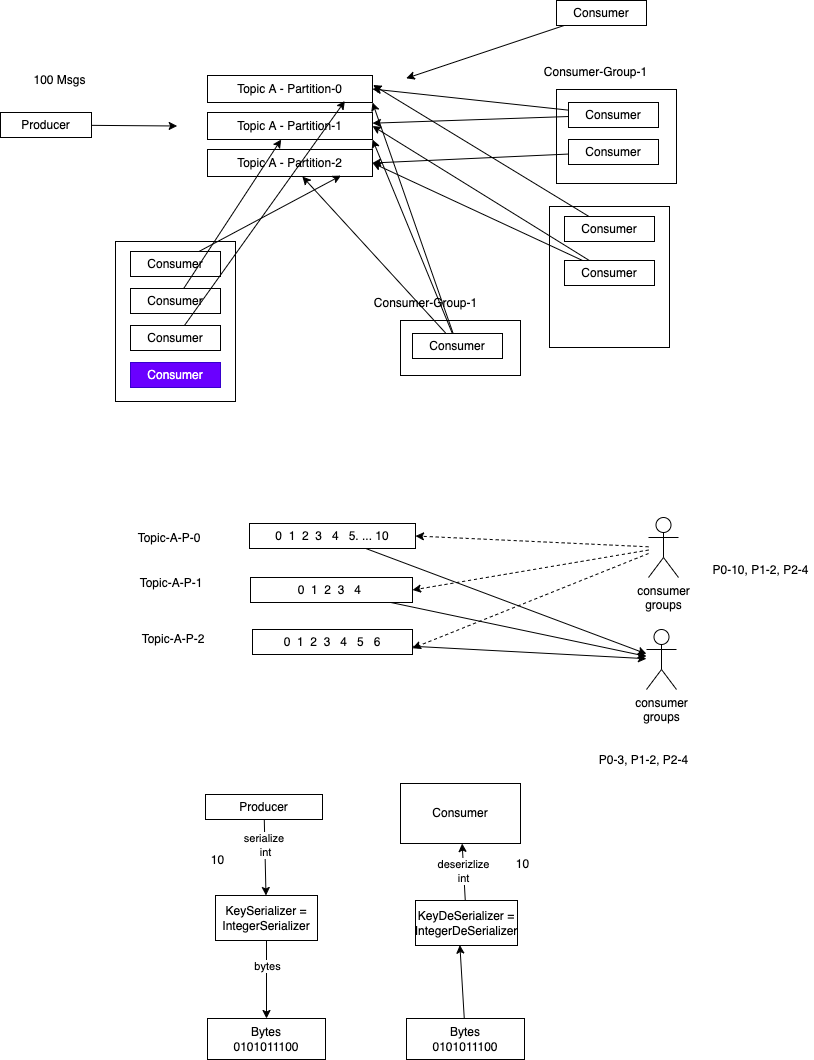
Earlier version of the draw.io export images/day2.drawio.png (adithnaveen/ibm-kafka-dec-2022). Source tidied: cells renumbered, new cells last; positions are measured from the earlier drawing's top-left corner, leaving out a move shared by most shapes.
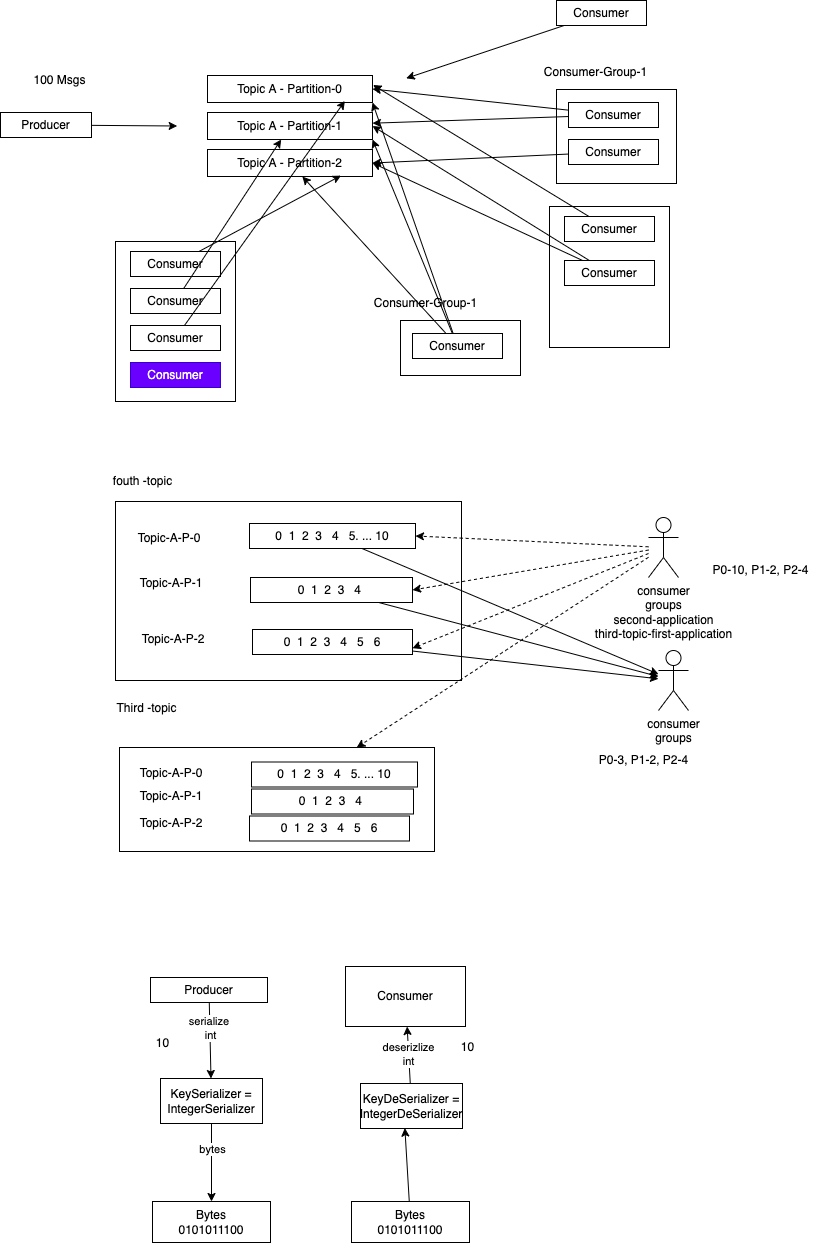
The same diagram one commit later.

The edit, as a diff of the source:
```diff
@@ -2,6 +2,9 @@
   <root>
     <mxCell id="0" />
     <mxCell id="1" parent="0" />
+    <mxCell id="67" style="rounded=0;whiteSpace=wrap;html=1;" parent="1" vertex="1">
+      <mxGeometry x="115" y="501" width="346" height="179" as="geometry" />
+    </mxCell>
     <mxCell id="2" value="Topic A - Partition-0" style="rounded=0;whiteSpace=wrap;html=1;" parent="1" vertex="1">
       <mxGeometry x="207" y="75" width="165" height="27" as="geometry" />
     </mxCell>
@@ -137,7 +140,10 @@
     <mxCell id="44" style="edgeStyle=none;html=1;entryX=1;entryY=0.75;entryDx=0;entryDy=0;endArrow=classic;endFill=1;strokeColor=default;elbow=vertical;dashed=1;" parent="1" edge="1" source="45" target="41">
       <mxGeometry relative="1" as="geometry" />
     </mxCell>
+    <mxCell id="68" style="edgeStyle=none;html=1;dashed=1;" parent="1" edge="1" source="45" target="71">
+      <mxGeometry relative="1" as="geometry" />
+    </mxCell>
-    <mxCell id="45" value="consumer&lt;br&gt;groups" style="shape=umlActor;verticalLabelPosition=bottom;verticalAlign=top;html=1;outlineConnect=0;" parent="1" vertex="1">
+    <mxCell id="45" value="consumer&lt;br&gt;groups&lt;br&gt;second-application&lt;br&gt;third-topic-first-application" style="shape=umlActor;verticalLabelPosition=bottom;verticalAlign=top;html=1;outlineConnect=0;" parent="1" vertex="1">
       <mxGeometry x="648" y="517" width="30" height="60" as="geometry" />
     </mxCell>
     <mxCell id="46" value="Topic-A-P-0" style="text;html=1;strokeColor=none;fillColor=none;align=center;verticalAlign=middle;whiteSpace=wrap;rounded=0;" parent="1" vertex="1">
@@ -150,7 +156,7 @@
       <mxGeometry x="129" y="624" width="88" height="30" as="geometry" />
     </mxCell>
     <mxCell id="49" value="consumer&lt;br&gt;groups" style="shape=umlActor;verticalLabelPosition=bottom;verticalAlign=top;html=1;outlineConnect=0;" parent="1" vertex="1">
-      <mxGeometry x="646" y="629" width="30" height="60" as="geometry" />
+      <mxGeometry x="658" y="650" width="30" height="60" as="geometry" />
     </mxCell>
     <mxCell id="50" style="edgeStyle=none;html=1;" parent="1" edge="1" source="52" target="55">
       <mxGeometry relative="1" as="geometry" />
@@ -159,7 +165,7 @@
       <mxGeometry x="-0.32" relative="1" as="geometry" />
     </mxCell>
     <mxCell id="52" value="Producer" style="rounded=0;whiteSpace=wrap;html=1;" parent="1" vertex="1">
-      <mxGeometry x="205" y="794" width="117" height="25" as="geometry" />
+      <mxGeometry x="150" y="977" width="117" height="25" as="geometry" />
     </mxCell>
     <mxCell id="53" style="edgeStyle=none;html=1;" parent="1" edge="1" source="55" target="57">
       <mxGeometry relative="1" as="geometry" />
@@ -168,31 +174,31 @@
       <mxGeometry x="-0.34" y="1" relative="1" as="geometry" />
     </mxCell>
     <mxCell id="55" value="KeySerializer = IntegerSerializer" style="rounded=0;whiteSpace=wrap;html=1;" parent="1" vertex="1">
-      <mxGeometry x="215" y="895" width="102" height="45" as="geometry" />
+      <mxGeometry x="160" y="1078" width="102" height="45" as="geometry" />
     </mxCell>
     <mxCell id="56" value="10" style="text;html=1;align=center;verticalAlign=middle;strokeColor=none;fillColor=none;" parent="1" vertex="1">
-      <mxGeometry x="205" y="851" width="23" height="18" as="geometry" />
+      <mxGeometry x="150" y="1034" width="23" height="18" as="geometry" />
     </mxCell>
     <mxCell id="57" value="Bytes&lt;br&gt;0101011100" style="rounded=0;whiteSpace=wrap;html=1;" parent="1" vertex="1">
-      <mxGeometry x="207" y="1018" width="118" height="41" as="geometry" />
+      <mxGeometry x="152" y="1201" width="118" height="41" as="geometry" />
     </mxCell>
     <mxCell id="58" style="edgeStyle=none;html=1;entryX=0.435;entryY=0.991;entryDx=0;entryDy=0;entryPerimeter=0;" parent="1" edge="1" source="59" target="61">
       <mxGeometry relative="1" as="geometry" />
     </mxCell>
     <mxCell id="59" value="Bytes&lt;br&gt;0101011100" style="rounded=0;whiteSpace=wrap;html=1;" parent="1" vertex="1">
-      <mxGeometry x="406" y="1018" width="118" height="41" as="geometry" />
+      <mxGeometry x="351" y="1201" width="118" height="41" as="geometry" />
     </mxCell>
     <mxCell id="60" value="deserizlize&lt;br&gt;int" style="edgeStyle=none;html=1;" parent="1" edge="1" source="61" target="62">
       <mxGeometry relative="1" as="geometry" />
     </mxCell>
     <mxCell id="61" value="KeyDeSerializer = IntegerDeSerializer" style="rounded=0;whiteSpace=wrap;html=1;" parent="1" vertex="1">
-      <mxGeometry x="415" y="900" width="102" height="45" as="geometry" />
+      <mxGeometry x="360" y="1083" width="102" height="45" as="geometry" />
     </mxCell>
     <mxCell id="62" value="Consumer" style="rounded=0;whiteSpace=wrap;html=1;" parent="1" vertex="1">
-      <mxGeometry x="400" y="783" width="120" height="60" as="geometry" />
+      <mxGeometry x="345" y="966" width="120" height="60" as="geometry" />
     </mxCell>
     <mxCell id="63" value="10" style="text;html=1;align=center;verticalAlign=middle;strokeColor=none;fillColor=none;" parent="1" vertex="1">
-      <mxGeometry x="510" y="855" width="23" height="18" as="geometry" />
+      <mxGeometry x="455" y="1038" width="23" height="18" as="geometry" />
     </mxCell>
     <mxCell id="64" value="100 Msgs" style="text;html=1;align=center;verticalAlign=middle;strokeColor=none;fillColor=none;" parent="1" vertex="1">
       <mxGeometry x="28" y="71" width="62" height="18" as="geometry" />
@@ -203,5 +209,32 @@
     <mxCell id="66" value="P0-10, P1-2, P2-4" style="text;html=1;align=center;verticalAlign=middle;strokeColor=none;fillColor=none;" parent="1" vertex="1">
       <mxGeometry x="707" y="561" width="106" height="18" as="geometry" />
     </mxCell>
+    <mxCell id="69" value="fouth -topic" style="text;html=1;align=center;verticalAlign=middle;strokeColor=none;fillColor=none;" parent="1" vertex="1">
+      <mxGeometry x="107" y="472" width="69" height="18" as="geometry" />
+    </mxCell>
+    <mxCell id="70" value="Third -topic" style="text;html=1;align=center;verticalAlign=middle;strokeColor=none;fillColor=none;" parent="1" vertex="1">
+      <mxGeometry x="111" y="699" width="70" height="18" as="geometry" />
+    </mxCell>
+    <mxCell id="71" style="rounded=0;whiteSpace=wrap;html=1;" parent="1" vertex="1">
+      <mxGeometry x="119" y="747" width="315" height="104" as="geometry" />
+    </mxCell>
+    <mxCell id="72" value="Topic-A-P-0" style="text;html=1;strokeColor=none;fillColor=none;align=center;verticalAlign=middle;whiteSpace=wrap;rounded=0;" parent="1" vertex="1">
+      <mxGeometry x="127" y="757.5" width="88" height="30" as="geometry" />
+    </mxCell>
+    <mxCell id="73" value="Topic-A-P-1" style="text;html=1;strokeColor=none;fillColor=none;align=center;verticalAlign=middle;whiteSpace=wrap;rounded=0;" parent="1" vertex="1">
+      <mxGeometry x="127" y="780.5" width="88" height="30" as="geometry" />
+    </mxCell>
+    <mxCell id="74" value="Topic-A-P-2" style="text;html=1;strokeColor=none;fillColor=none;align=center;verticalAlign=middle;whiteSpace=wrap;rounded=0;" parent="1" vertex="1">
+      <mxGeometry x="127" y="807.5" width="88" height="30" as="geometry" />
+    </mxCell>
+    <mxCell id="75" value="0&amp;nbsp; 1&amp;nbsp; 2&amp;nbsp; 3&amp;nbsp; &amp;nbsp;4&amp;nbsp; &amp;nbsp;5. ... 10" style="rounded=0;whiteSpace=wrap;html=1;" parent="1" vertex="1">
+      <mxGeometry x="251" y="761.5" width="166" height="25" as="geometry" />
+    </mxCell>
+    <mxCell id="76" value="&lt;span&gt;0&amp;nbsp; 1&amp;nbsp; 2&amp;nbsp; 3&amp;nbsp; &amp;nbsp;4&amp;nbsp;&lt;/span&gt;" style="rounded=0;whiteSpace=wrap;html=1;" parent="1" vertex="1">
+      <mxGeometry x="251" y="788.5" width="162" height="25" as="geometry" />
+    </mxCell>
+    <mxCell id="77" value="&lt;span&gt;0&amp;nbsp; 1&amp;nbsp; 2&amp;nbsp; 3&amp;nbsp; &amp;nbsp;4&amp;nbsp; &amp;nbsp;5&amp;nbsp; &amp;nbsp;6&lt;/span&gt;" style="rounded=0;whiteSpace=wrap;html=1;" parent="1" vertex="1">
+      <mxGeometry x="249" y="815.5" width="160" height="25" as="geometry" />
+    </mxCell>
   </root>
 </mxGraphModel>
```
